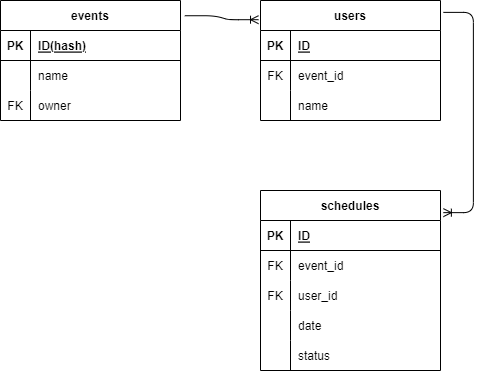
Before: DB_ER_diagram.drawio.png, a diagram exported from draw.io (kuu13580/schedule-checker). Source tidied: cells renumbered, new cells last; positions are measured from the earlier drawing's top-left corner, leaving out a move shared by most shapes.
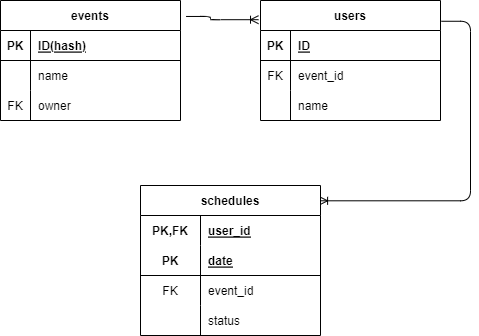
After the change.

What changed in the source:
```diff
@@ -32,8 +32,12 @@
     <mxCell id="11" value="owner" style="shape=partialRectangle;fillColor=none;top=0;left=0;bottom=0;right=0;align=left;spacingLeft=6;overflow=hidden;" parent="9" vertex="1">
       <mxGeometry x="30" width="150" height="30" as="geometry" />
     </mxCell>
-    <mxCell id="12" style="edgeStyle=entityRelationEdgeStyle;fontSize=12;html=1;endArrow=ERoneToMany;exitX=1.024;exitY=0.127;exitDx=0;exitDy=0;entryX=-0.011;entryY=0.16;entryDx=0;entryDy=0;exitPerimeter=0;entryPerimeter=0;" parent="1" edge="1" source="2" target="13">
-      <mxGeometry relative="1" as="geometry" />
+    <mxCell id="12" style="edgeStyle=elbowEdgeStyle;fontSize=12;html=1;endArrow=ERoneToMany;exitX=1.031;exitY=0.133;exitDx=0;exitDy=0;entryX=-0.011;entryY=0.16;entryDx=0;entryDy=0;exitPerimeter=0;entryPerimeter=0;" parent="1" edge="1" source="2" target="13">
+      <mxGeometry relative="1" as="geometry">
+        <Array as="points">
+          <mxPoint x="210" y="30" />
+        </Array>
+      </mxGeometry>
     </mxCell>
     <mxCell id="13" value="users" style="shape=table;startSize=30;rowLines=0;fontStyle=1;align=center;" parent="1" vertex="1">
       <mxGeometry x="260" width="180" height="120" as="geometry" />
@@ -65,56 +69,52 @@
     <mxCell id="22" value="name" style="shape=partialRectangle;fillColor=none;top=0;left=0;bottom=0;right=0;align=left;spacingLeft=6;overflow=hidden;" parent="20" vertex="1">
       <mxGeometry x="30" width="150" height="30" as="geometry" />
     </mxCell>
+    <mxCell id="39" style="edgeStyle=elbowEdgeStyle;fontSize=12;html=1;endArrow=ERoneToMany;entryX=0.995;entryY=0.102;entryDx=0;entryDy=0;entryPerimeter=0;jumpStyle=none;exitX=1.005;exitY=0.173;exitDx=0;exitDy=0;exitPerimeter=0;elbow=vertical;" parent="1" edge="1" source="13" target="23">
+      <mxGeometry relative="1" as="geometry">
+        <Array as="points">
+          <mxPoint x="470" y="140" />
+          <mxPoint x="390" y="200" />
+        </Array>
+      </mxGeometry>
+    </mxCell>
     <mxCell id="23" value="schedules" style="shape=table;startSize=30;rowLines=0;fontStyle=1;align=center;" parent="1" vertex="1">
-      <mxGeometry x="260" y="190" width="180" height="180" as="geometry" />
+      <mxGeometry x="140" y="185" width="180" height="150" as="geometry" />
     </mxCell>
-    <mxCell id="24" style="shape=tableRow;horizontal=0;startSize=0;swimlaneHead=0;swimlaneBody=0;fillColor=none;top=0;left=0;right=0;bottom=1;" parent="23" vertex="1">
-      <mxGeometry y="30" width="180" height="30" as="geometry" />
-    </mxCell>
+    <mxCell id="40" style="shape=tableRow;horizontal=0;startSize=0;swimlaneHead=0;swimlaneBody=0;fillColor=none;top=0;left=0;right=0;bottom=0;" parent="23" vertex="1">
+      <mxGeometry y="30" width="180" height="30" as="geometry" />
+    </mxCell>
+    <mxCell id="41" value="PK,FK" style="shape=partialRectangle;fillColor=none;top=0;left=0;bottom=0;right=0;fontStyle=1;overflow=hidden;" parent="40" vertex="1">
+      <mxGeometry width="60" height="30" as="geometry" />
+    </mxCell>
+    <mxCell id="32" value="user_id" style="shape=partialRectangle;fillColor=none;top=0;left=0;bottom=0;right=0;align=left;spacingLeft=6;fontStyle=5;overflow=hidden;" parent="40" vertex="1">
+      <mxGeometry x="60" width="120" height="30" as="geometry" />
+    </mxCell>
+    <mxCell id="42" style="shape=tableRow;horizontal=0;startSize=0;swimlaneHead=0;swimlaneBody=0;fillColor=none;top=0;left=0;right=0;bottom=1;" parent="23" vertex="1">
+      <mxGeometry y="60" width="180" height="30" as="geometry" />
+    </mxCell>
-    <mxCell id="25" value="PK" style="shape=partialRectangle;fillColor=none;top=0;left=0;bottom=0;right=0;fontStyle=1;overflow=hidden;" parent="24" vertex="1">
-      <mxGeometry width="30" height="30" as="geometry" />
+    <mxCell id="25" value="PK" style="shape=partialRectangle;fillColor=none;top=0;left=0;bottom=0;right=0;fontStyle=1;overflow=hidden;" parent="42" vertex="1">
+      <mxGeometry width="60" height="30" as="geometry" />
     </mxCell>
-    <mxCell id="26" value="ID" style="shape=partialRectangle;fillColor=none;top=0;left=0;bottom=0;right=0;align=left;spacingLeft=6;fontStyle=5;overflow=hidden;" parent="24" vertex="1">
-      <mxGeometry x="30" width="150" height="30" as="geometry" />
-    </mxCell>
-    <mxCell id="27" style="shape=tableRow;horizontal=0;startSize=0;swimlaneHead=0;swimlaneBody=0;fillColor=none;top=0;left=0;right=0;bottom=0;" parent="23" vertex="1">
-      <mxGeometry y="60" width="180" height="30" as="geometry" />
-    </mxCell>
-    <mxCell id="28" value="FK" style="shape=partialRectangle;fillColor=none;top=0;left=0;bottom=0;right=0;overflow=hidden;" parent="27" vertex="1">
-      <mxGeometry width="30" height="30" as="geometry" />
-    </mxCell>
+    <mxCell id="35" value="date" style="shape=partialRectangle;fillColor=none;top=0;left=0;bottom=0;right=0;align=left;spacingLeft=6;fontStyle=5;overflow=hidden;" parent="42" vertex="1">
+      <mxGeometry x="60" width="120" height="30" as="geometry" />
+    </mxCell>
+    <mxCell id="30" style="shape=tableRow;horizontal=0;startSize=0;swimlaneHead=0;swimlaneBody=0;fillColor=none;top=0;left=0;right=0;bottom=0;" parent="23" vertex="1">
+      <mxGeometry y="90" width="180" height="30" as="geometry" />
+    </mxCell>
+    <mxCell id="43" value="FK" style="shape=partialRectangle;fillColor=none;top=0;left=0;bottom=0;right=0;overflow=hidden;" parent="30" vertex="1">
+      <mxGeometry width="60" height="30" as="geometry" />
+    </mxCell>
-    <mxCell id="29" value="event_id" style="shape=partialRectangle;fillColor=none;top=0;left=0;bottom=0;right=0;align=left;spacingLeft=6;overflow=hidden;" parent="27" vertex="1">
-      <mxGeometry x="30" width="150" height="30" as="geometry" />
+    <mxCell id="29" value="event_id" style="shape=partialRectangle;fillColor=none;top=0;left=0;bottom=0;right=0;align=left;spacingLeft=6;overflow=hidden;" parent="30" vertex="1">
+      <mxGeometry x="60" width="120" height="30" as="geometry" />
     </mxCell>
-    <mxCell id="30" style="shape=tableRow;horizontal=0;startSize=0;swimlaneHead=0;swimlaneBody=0;fillColor=none;top=0;left=0;right=0;bottom=0;" parent="23" vertex="1">
-      <mxGeometry y="90" width="180" height="30" as="geometry" />
-    </mxCell>
-    <mxCell id="31" value="FK" style="shape=partialRectangle;fillColor=none;top=0;left=0;bottom=0;right=0;overflow=hidden;" parent="30" vertex="1">
-      <mxGeometry width="30" height="30" as="geometry" />
-    </mxCell>
-    <mxCell id="32" value="user_id" style="shape=partialRectangle;fillColor=none;top=0;left=0;bottom=0;right=0;align=left;spacingLeft=6;overflow=hidden;" parent="30" vertex="1">
-      <mxGeometry x="30" width="150" height="30" as="geometry" />
-    </mxCell>
     <mxCell id="33" style="shape=tableRow;horizontal=0;startSize=0;swimlaneHead=0;swimlaneBody=0;fillColor=none;top=0;left=0;right=0;bottom=0;" parent="23" vertex="1">
       <mxGeometry y="120" width="180" height="30" as="geometry" />
     </mxCell>
-    <mxCell id="34" style="shape=partialRectangle;fillColor=none;top=0;left=0;bottom=0;right=0;overflow=hidden;" parent="33" vertex="1">
-      <mxGeometry width="30" height="30" as="geometry" />
-    </mxCell>
-    <mxCell id="35" value="date" style="shape=partialRectangle;fillColor=none;top=0;left=0;bottom=0;right=0;align=left;spacingLeft=6;overflow=hidden;" parent="33" vertex="1">
-      <mxGeometry x="30" width="150" height="30" as="geometry" />
-    </mxCell>
-    <mxCell id="36" style="shape=tableRow;horizontal=0;startSize=0;swimlaneHead=0;swimlaneBody=0;fillColor=none;top=0;left=0;right=0;bottom=0;" parent="23" vertex="1">
-      <mxGeometry y="150" width="180" height="30" as="geometry" />
-    </mxCell>
-    <mxCell id="37" style="shape=partialRectangle;fillColor=none;top=0;left=0;bottom=0;right=0;overflow=hidden;" parent="36" vertex="1">
-      <mxGeometry width="30" height="30" as="geometry" />
-    </mxCell>
+    <mxCell id="44" style="shape=partialRectangle;fillColor=none;top=0;left=0;bottom=0;right=0;overflow=hidden;" parent="33" vertex="1">
+      <mxGeometry width="60" height="30" as="geometry" />
+    </mxCell>
-    <mxCell id="38" value="status" style="shape=partialRectangle;fillColor=none;top=0;left=0;bottom=0;right=0;align=left;spacingLeft=6;overflow=hidden;" parent="36" vertex="1">
-      <mxGeometry x="30" width="150" height="30" as="geometry" />
+    <mxCell id="38" value="status" style="shape=partialRectangle;fillColor=none;top=0;left=0;bottom=0;right=0;align=left;spacingLeft=6;overflow=hidden;" parent="33" vertex="1">
+      <mxGeometry x="60" width="120" height="30" as="geometry" />
     </mxCell>
-    <mxCell id="39" style="edgeStyle=entityRelationEdgeStyle;fontSize=12;html=1;endArrow=ERoneToMany;exitX=1.016;exitY=0.099;exitDx=0;exitDy=0;exitPerimeter=0;entryX=1.016;entryY=0.123;entryDx=0;entryDy=0;entryPerimeter=0;" parent="1" edge="1" source="13" target="23">
-      <mxGeometry relative="1" as="geometry" />
-    </mxCell>
   </root>
 </mxGraphModel>
```
